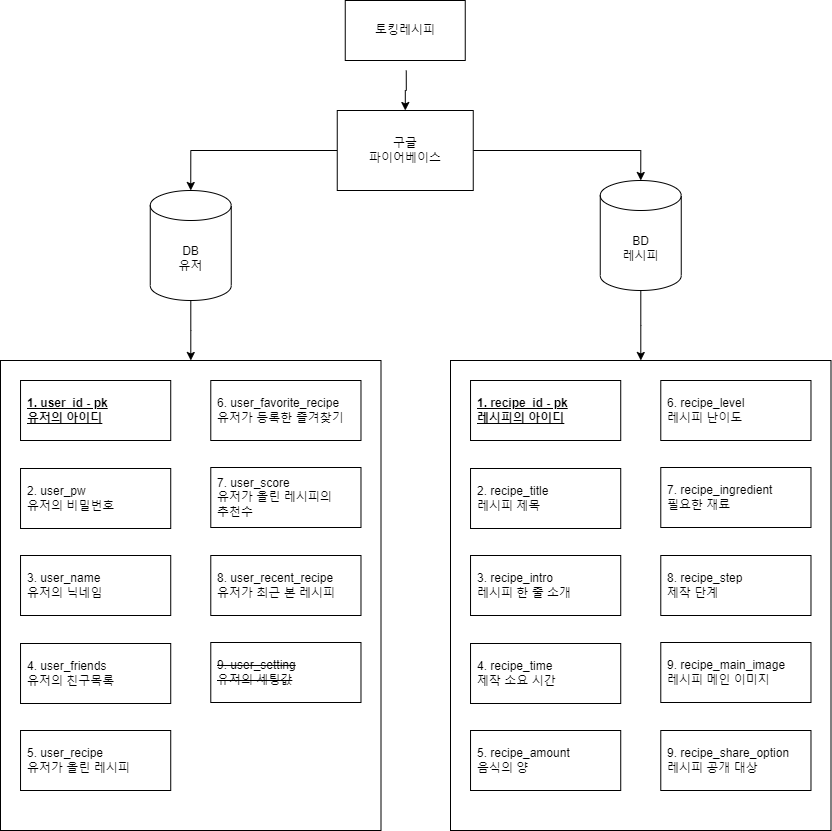
The draw.io diagram 데이터베이스 구조.png in Jiy-park/KNU-Capstone_Recipe, before a commit. Source tidied: cells renumbered, new cells last; positions are measured from the earlier drawing's top-left corner, leaving out a move shared by most shapes. Source of this version:
```xml
<mxGraphModel>
  <root>
    <mxCell id="0" />
    <mxCell id="1" parent="0" />
    <mxCell id="2" style="edgeStyle=orthogonalEdgeStyle;rounded=0;jettySize=auto;html=1;fontSize=12;" parent="1" edge="1" target="9">
      <mxGeometry relative="1" as="geometry">
        <mxPoint x="405.8" y="70" as="sourcePoint" />
      </mxGeometry>
    </mxCell>
    <mxCell id="3" style="edgeStyle=orthogonalEdgeStyle;rounded=0;jettySize=auto;html=1;" parent="1" edge="1" source="4" target="12">
      <mxGeometry relative="1" as="geometry" />
    </mxCell>
    <mxCell id="4" value="DB&lt;br style=&quot;font-size: 12px;&quot;&gt;유저" style="shape=cylinder3;whiteSpace=wrap;html=1;boundedLbl=1;backgroundOutline=1;size=15;fontSize=12;" parent="1" vertex="1">
      <mxGeometry x="149.8" y="190" width="81" height="110" as="geometry" />
    </mxCell>
    <mxCell id="5" style="edgeStyle=orthogonalEdgeStyle;rounded=0;jettySize=auto;html=1;" parent="1" edge="1" source="6" target="23">
      <mxGeometry relative="1" as="geometry" />
    </mxCell>
    <mxCell id="6" value="BD&lt;br style=&quot;font-size: 12px;&quot;&gt;레시피" style="shape=cylinder3;whiteSpace=wrap;html=1;boundedLbl=1;backgroundOutline=1;size=15;fontSize=12;" parent="1" vertex="1">
      <mxGeometry x="599.8" y="180" width="81" height="110" as="geometry" />
    </mxCell>
    <mxCell id="7" style="edgeStyle=orthogonalEdgeStyle;rounded=0;jettySize=auto;html=1;entryX=0.5;entryY=0;entryDx=0;entryDy=0;entryPerimeter=0;fontSize=12;" parent="1" edge="1" source="9" target="4">
      <mxGeometry relative="1" as="geometry" />
    </mxCell>
    <mxCell id="8" style="edgeStyle=orthogonalEdgeStyle;rounded=0;jettySize=auto;html=1;entryX=0.5;entryY=0;entryDx=0;entryDy=0;entryPerimeter=0;fontSize=12;" parent="1" edge="1" source="9" target="6">
      <mxGeometry relative="1" as="geometry" />
    </mxCell>
    <mxCell id="9" value="구글 &lt;br style=&quot;font-size: 12px;&quot;&gt;파이어베이스" style="whiteSpace=wrap;html=1;fontSize=12;" parent="1" vertex="1">
      <mxGeometry x="336.8" y="110" width="136" height="80" as="geometry" />
    </mxCell>
    <mxCell id="10" value="&lt;font style=&quot;font-size: 12px;&quot;&gt;토킹레시피&lt;/font&gt;" style="rounded=0;whiteSpace=wrap;html=1;fontSize=12;" parent="1" vertex="1">
      <mxGeometry x="344.8" width="120" height="60" as="geometry" />
    </mxCell>
    <mxCell id="11" style="group;" parent="1" vertex="1">
      <mxGeometry y="360" width="380.5" height="470" as="geometry" />
    </mxCell>
    <mxCell id="12" style="rounded=0;whiteSpace=wrap;html=1;" parent="11" vertex="1">
      <mxGeometry width="380.5" height="470" as="geometry" />
    </mxCell>
    <mxCell id="13" value="&lt;u&gt;1. user_id - pk&lt;br style=&quot;font-size: 12px;&quot;&gt;유저의 아이디&lt;/u&gt;" style="rounded=0;whiteSpace=wrap;html=1;fontSize=12;flipV=1;align=left;fontStyle=1;spacingRight=0;spacingLeft=5;" parent="11" vertex="1">
      <mxGeometry x="20" y="20" width="150.2" height="60" as="geometry" />
    </mxCell>
    <mxCell id="14" value="2. user_pw&lt;br style=&quot;font-size: 12px;&quot;&gt;유저의 비밀번호" style="rounded=0;whiteSpace=wrap;html=1;fontSize=12;flipV=1;align=left;spacingRight=0;spacingLeft=5;" parent="11" vertex="1">
      <mxGeometry x="20" y="108" width="150.2" height="60" as="geometry" />
    </mxCell>
    <mxCell id="15" value="3. user_name&lt;br style=&quot;font-size: 12px;&quot;&gt;유저의 닉네임" style="rounded=0;whiteSpace=wrap;html=1;fontSize=12;flipV=1;align=left;spacingRight=0;spacingLeft=5;" parent="11" vertex="1">
      <mxGeometry x="20" y="195" width="150.2" height="60" as="geometry" />
    </mxCell>
    <mxCell id="16" value="4. user_friends&lt;br style=&quot;font-size: 12px;&quot;&gt;유저의 친구목록" style="rounded=0;whiteSpace=wrap;html=1;fontSize=12;flipV=1;align=left;spacingRight=0;spacingLeft=5;" parent="11" vertex="1">
      <mxGeometry x="20" y="283" width="150.2" height="60" as="geometry" />
    </mxCell>
    <mxCell id="17" value="5. user_recipe&lt;br&gt;유저가 올린 레시피" style="rounded=0;whiteSpace=wrap;html=1;fontSize=12;flipV=1;align=left;spacingRight=0;spacingLeft=5;" parent="11" vertex="1">
      <mxGeometry x="20" y="370" width="150.2" height="60" as="geometry" />
    </mxCell>
    <mxCell id="18" value="6. user_favorite_recipe&lt;br&gt;유저가 등록한 즐겨찾기" style="rounded=0;whiteSpace=wrap;html=1;fontSize=12;flipV=1;align=left;spacingRight=0;spacingLeft=5;" parent="11" vertex="1">
      <mxGeometry x="210.3" y="20" width="150.2" height="60" as="geometry" />
    </mxCell>
    <mxCell id="19" value="7. user_score&lt;br&gt;유저가 올린 레시피의 &lt;br&gt;추천수" style="rounded=0;whiteSpace=wrap;html=1;fontSize=12;flipV=1;align=left;spacingRight=0;spacingLeft=5;" parent="11" vertex="1">
      <mxGeometry x="210.3" y="107" width="150.2" height="60" as="geometry" />
    </mxCell>
    <mxCell id="20" value="8. user_recent_recipe&lt;br&gt;유저가 최근 본 레시피" style="rounded=0;whiteSpace=wrap;html=1;fontSize=12;flipV=1;align=left;spacingRight=0;spacingLeft=5;" parent="11" vertex="1">
      <mxGeometry x="210.3" y="195" width="150.2" height="60" as="geometry" />
    </mxCell>
    <mxCell id="21" value="&lt;strike&gt;9. user_setting&lt;br&gt;유저의 세팅값&lt;/strike&gt;" style="rounded=0;whiteSpace=wrap;html=1;fontSize=12;flipV=1;align=left;spacingRight=0;spacingLeft=5;" parent="11" vertex="1">
      <mxGeometry x="210.3" y="282" width="150.2" height="60" as="geometry" />
    </mxCell>
    <mxCell id="22" style="group;" parent="1" vertex="1">
      <mxGeometry x="450" y="360" width="380.5" height="470" as="geometry" />
    </mxCell>
    <mxCell id="23" style="rounded=0;whiteSpace=wrap;html=1;" parent="22" vertex="1">
      <mxGeometry width="380.5" height="470" as="geometry" />
    </mxCell>
    <mxCell id="24" value="&lt;u&gt;1. recipe_id - pk&lt;br&gt;레시피의 아이디&lt;br&gt;&lt;/u&gt;" style="rounded=0;whiteSpace=wrap;html=1;fontSize=12;flipV=1;align=left;fontStyle=1;spacingRight=0;spacingLeft=5;" parent="22" vertex="1">
      <mxGeometry x="20" y="20" width="150.2" height="60" as="geometry" />
    </mxCell>
    <mxCell id="25" value="2. recipe_title&lt;br&gt;레시피 제목" style="rounded=0;whiteSpace=wrap;html=1;fontSize=12;flipV=1;align=left;spacingRight=0;spacingLeft=5;" parent="22" vertex="1">
      <mxGeometry x="20" y="108" width="150.2" height="60" as="geometry" />
    </mxCell>
    <mxCell id="26" value="3. recipe_intro&lt;br&gt;레시피 한 줄 소개" style="rounded=0;whiteSpace=wrap;html=1;fontSize=12;flipV=1;align=left;spacingRight=0;spacingLeft=5;" parent="22" vertex="1">
      <mxGeometry x="20" y="195" width="150.2" height="60" as="geometry" />
    </mxCell>
    <mxCell id="27" value="4. recipe_time&lt;br&gt;제작 소요 시간" style="rounded=0;whiteSpace=wrap;html=1;fontSize=12;flipV=1;align=left;spacingRight=0;spacingLeft=5;" parent="22" vertex="1">
      <mxGeometry x="20" y="283" width="150.2" height="60" as="geometry" />
    </mxCell>
    <mxCell id="28" value="5. recipe_amount&lt;br&gt;음식의 양" style="rounded=0;whiteSpace=wrap;html=1;fontSize=12;flipV=1;align=left;spacingRight=0;spacingLeft=5;" parent="22" vertex="1">
      <mxGeometry x="20" y="370" width="150.2" height="60" as="geometry" />
    </mxCell>
    <mxCell id="29" value="6. recipe_level&lt;br&gt;레시피 난이도" style="rounded=0;whiteSpace=wrap;html=1;fontSize=12;flipV=1;align=left;spacingRight=0;spacingLeft=5;" parent="22" vertex="1">
      <mxGeometry x="210.3" y="20" width="150.2" height="60" as="geometry" />
    </mxCell>
    <mxCell id="30" value="7. recipe_ingredient&lt;br&gt;필요한 재료" style="rounded=0;whiteSpace=wrap;html=1;fontSize=12;flipV=1;align=left;spacingRight=0;spacingLeft=5;" parent="22" vertex="1">
      <mxGeometry x="210.3" y="107" width="150.2" height="60" as="geometry" />
    </mxCell>
    <mxCell id="31" value="8. recipe_step&lt;br&gt;제작 단계" style="rounded=0;whiteSpace=wrap;html=1;fontSize=12;flipV=1;align=left;spacingRight=0;spacingLeft=5;" parent="22" vertex="1">
      <mxGeometry x="210.3" y="195" width="150.2" height="60" as="geometry" />
    </mxCell>
    <mxCell id="32" value="9. recipe_main_image&lt;br&gt;레시피 메인 이미지" style="rounded=0;whiteSpace=wrap;html=1;fontSize=12;flipV=1;align=left;spacingRight=0;spacingLeft=5;" parent="22" vertex="1">
      <mxGeometry x="210.3" y="282" width="150.2" height="60" as="geometry" />
    </mxCell>
    <mxCell id="33" value="9. recipe_share_option&lt;br&gt;레시피 공개 대상" style="rounded=0;whiteSpace=wrap;html=1;fontSize=12;flipV=1;align=left;spacingRight=0;spacingLeft=5;" parent="22" vertex="1">
      <mxGeometry x="210.3" y="370" width="150.2" height="60" as="geometry" />
    </mxCell>
  </root>
</mxGraphModel>
```
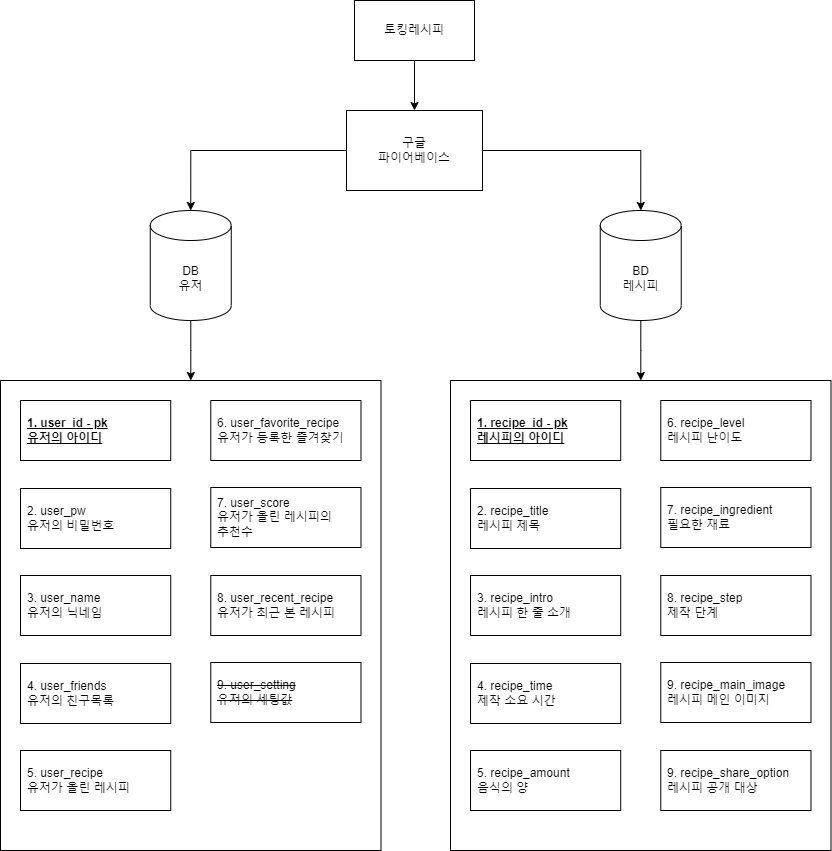
Above is the later version.

Commit message:
데이터베이스 구조.png 업데이트

Change to the diagram source:
```diff
@@ -2,11 +2,6 @@
   <root>
     <mxCell id="0" />
     <mxCell id="1" parent="0" />
-    <mxCell id="2" style="edgeStyle=orthogonalEdgeStyle;rounded=0;jettySize=auto;html=1;fontSize=12;" parent="1" edge="1" target="9">
-      <mxGeometry relative="1" as="geometry">
-        <mxPoint x="405.8" y="70" as="sourcePoint" />
-      </mxGeometry>
-    </mxCell>
     <mxCell id="3" style="edgeStyle=orthogonalEdgeStyle;rounded=0;jettySize=auto;html=1;" parent="1" edge="1" source="4" target="12">
       <mxGeometry relative="1" as="geometry" />
     </mxCell>
@@ -17,7 +12,7 @@
       <mxGeometry relative="1" as="geometry" />
     </mxCell>
     <mxCell id="6" value="BD&lt;br style=&quot;font-size: 12px;&quot;&gt;레시피" style="shape=cylinder3;whiteSpace=wrap;html=1;boundedLbl=1;backgroundOutline=1;size=15;fontSize=12;" parent="1" vertex="1">
-      <mxGeometry x="599.8" y="180" width="81" height="110" as="geometry" />
+      <mxGeometry x="599.8" y="190" width="81" height="110" as="geometry" />
     </mxCell>
     <mxCell id="7" style="edgeStyle=orthogonalEdgeStyle;rounded=0;jettySize=auto;html=1;entryX=0.5;entryY=0;entryDx=0;entryDy=0;entryPerimeter=0;fontSize=12;" parent="1" edge="1" source="9" target="4">
       <mxGeometry relative="1" as="geometry" />
@@ -26,10 +21,13 @@
       <mxGeometry relative="1" as="geometry" />
     </mxCell>
     <mxCell id="9" value="구글 &lt;br style=&quot;font-size: 12px;&quot;&gt;파이어베이스" style="whiteSpace=wrap;html=1;fontSize=12;" parent="1" vertex="1">
-      <mxGeometry x="336.8" y="110" width="136" height="80" as="geometry" />
+      <mxGeometry x="346" y="90" width="136" height="80" as="geometry" />
     </mxCell>
+    <mxCell id="34" style="edgeStyle=orthogonalEdgeStyle;rounded=0;jettySize=auto;html=1;entryX=0.5;entryY=0;entryDx=0;entryDy=0;" parent="1" edge="1" source="10" target="9">
+      <mxGeometry relative="1" as="geometry" />
+    </mxCell>
     <mxCell id="10" value="&lt;font style=&quot;font-size: 12px;&quot;&gt;토킹레시피&lt;/font&gt;" style="rounded=0;whiteSpace=wrap;html=1;fontSize=12;" parent="1" vertex="1">
-      <mxGeometry x="344.8" width="120" height="60" as="geometry" />
+      <mxGeometry x="354" y="-20" width="120" height="60" as="geometry" />
     </mxCell>
     <mxCell id="11" style="group;" parent="1" vertex="1">
       <mxGeometry y="360" width="380.5" height="470" as="geometry" />
```
